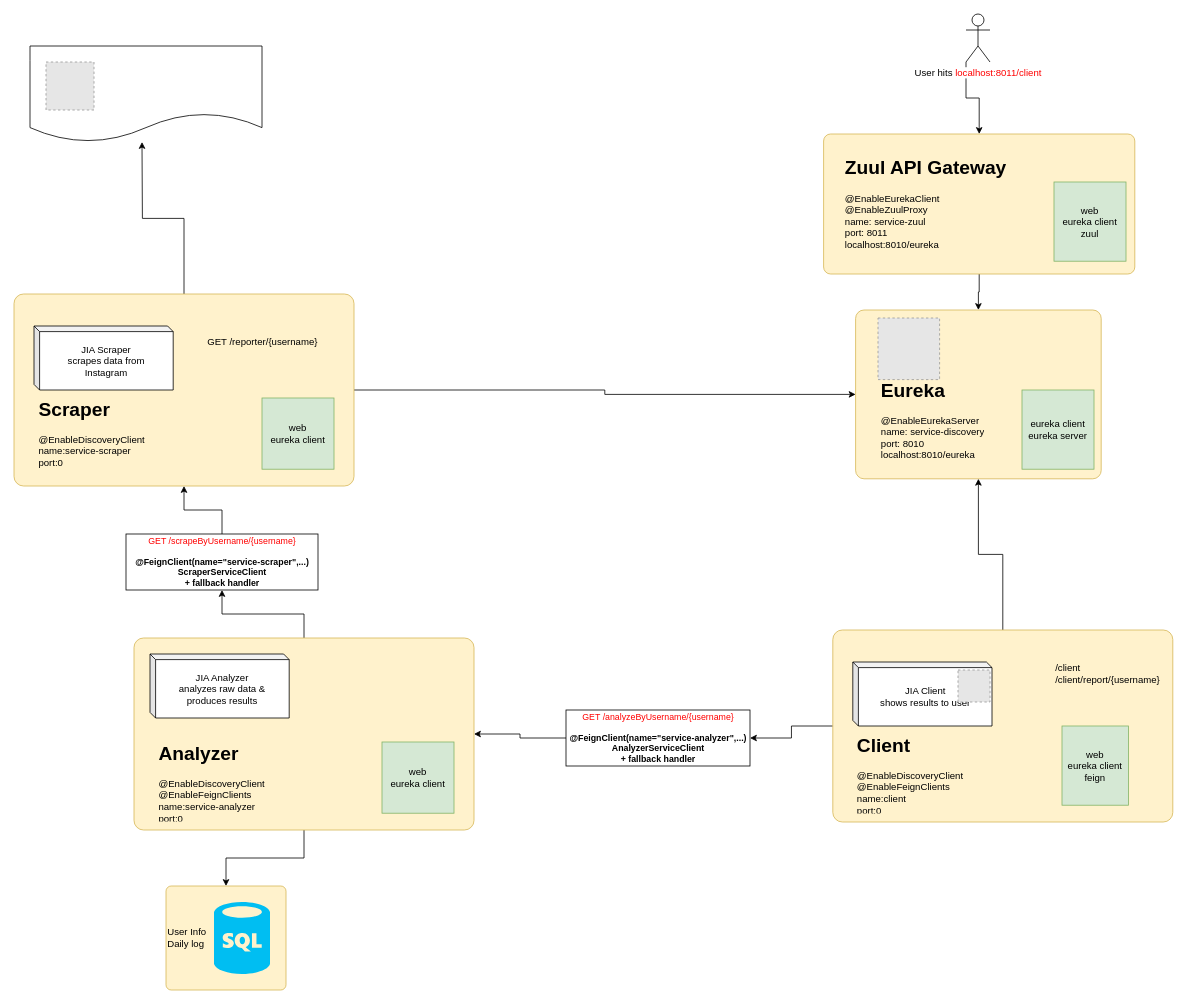
The draw.io diagram assets/Application Structure.drawio in jalizadeh/Instagram-Analyzer, before the edit. Source tidied: cells renumbered, new cells numbered last; positions are measured from the earlier drawing's top-left corner, leaving out a move shared by most shapes. Both pictures are drawn from the tidied source at 80%, with x=0, y=0 at pixel (14, 14). Pictures stored in the file or linked from it are replaced by grey dashed boxes.
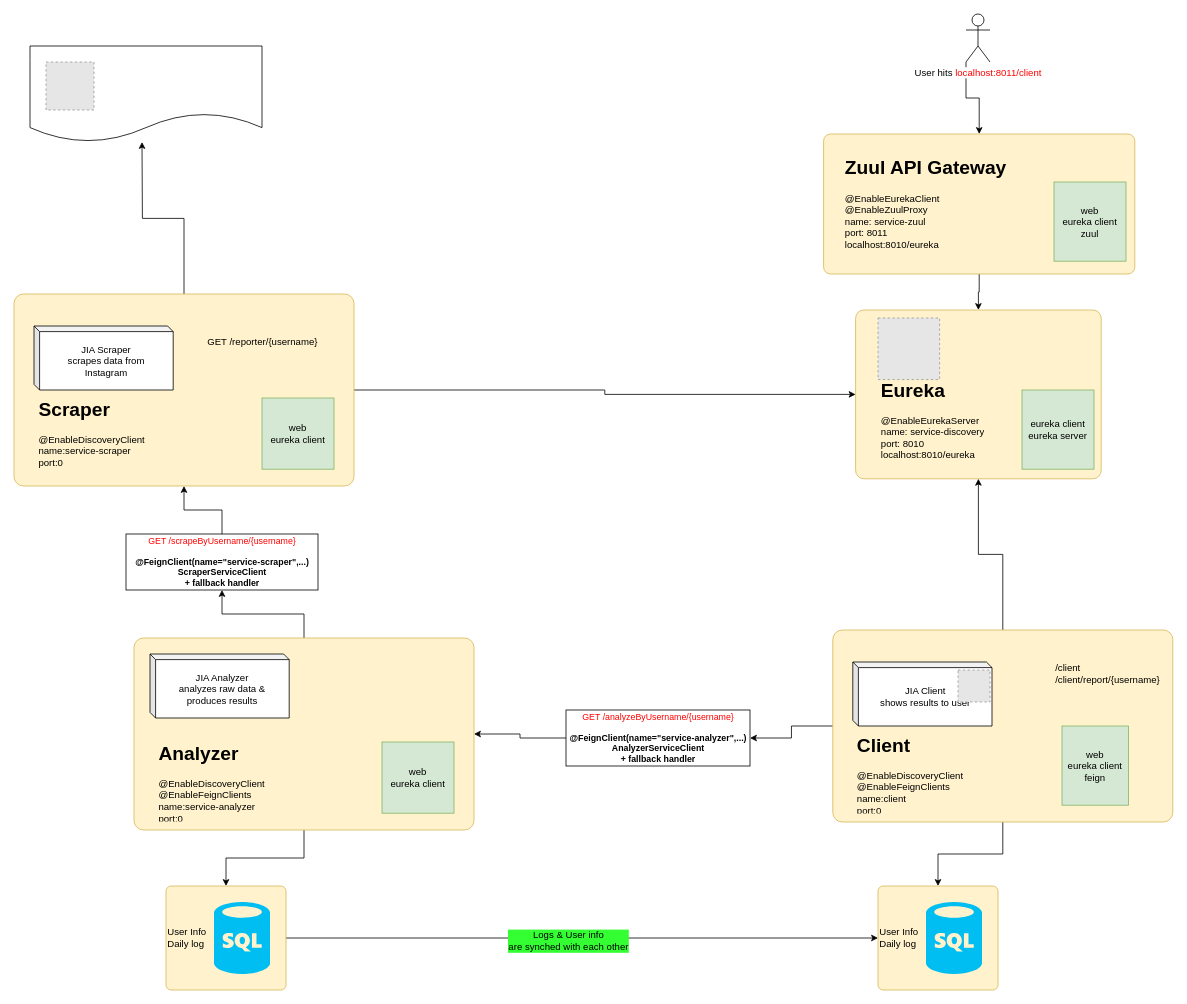
The same page after the edit.

The change refers to these unchanged cells:
```xml
<mxCell id="2" value="User Info&lt;br&gt;Daily log" style="rounded=1;whiteSpace=wrap;html=1;align=left;arcSize=5;fillColor=#fff2cc;strokeColor=#d6b656;" parent="1" vertex="1">
  <mxGeometry x="190" y="1090" width="150" height="130" as="geometry" />
</mxCell>
<mxCell id="8" style="rounded=1;whiteSpace=wrap;html=1;align=left;arcSize=5;fillColor=#fff2cc;strokeColor=#d6b656;" parent="1" vertex="1">
  <mxGeometry x="1023.5" y="770" width="425" height="240" as="geometry" />
</mxCell>
```

What changed in the source:
```diff
@@
+    <mxCell id="41" style="edgeStyle=orthogonalEdgeStyle;rounded=0;jettySize=auto;html=1;exitX=1;exitY=0.5;exitDx=0;exitDy=0;entryX=0;entryY=0.5;entryDx=0;entryDy=0;" parent="1" edge="1" source="2" target="44">
+      <mxGeometry relative="1" as="geometry" />
+    </mxCell>
+    <mxCell id="42" value="Logs &amp;amp; User info&lt;br&gt;are synched with each other" style="text;html=1;align=center;verticalAlign=middle;labelBackgroundColor=#33FF33;" parent="41" vertex="1">
+      <mxGeometry x="-0.05" y="-3" relative="1" as="geometry" />
+    </mxCell>
@@
+    <mxCell id="43" style="edgeStyle=orthogonalEdgeStyle;rounded=0;jettySize=auto;html=1;exitX=0.5;exitY=1;exitDx=0;exitDy=0;entryX=0.5;entryY=0;entryDx=0;entryDy=0;" parent="1" edge="1" source="8" target="44">
+      <mxGeometry relative="1" as="geometry" />
+    </mxCell>
@@
+    <mxCell id="44" value="User Info&lt;br&gt;Daily log" style="rounded=1;whiteSpace=wrap;html=1;align=left;arcSize=5;fillColor=#fff2cc;strokeColor=#d6b656;" parent="1" vertex="1">
+      <mxGeometry x="1080" y="1090" width="150" height="130" as="geometry" />
+    </mxCell>
+    <mxCell id="45" style="verticalLabelPosition=bottom;html=1;verticalAlign=top;align=center;strokeColor=none;fillColor=#00BEF2;shape=mxgraph.azure.sql_database;" parent="1" vertex="1">
+      <mxGeometry x="1140" y="1110" width="70" height="90" as="geometry" />
+    </mxCell>
```
